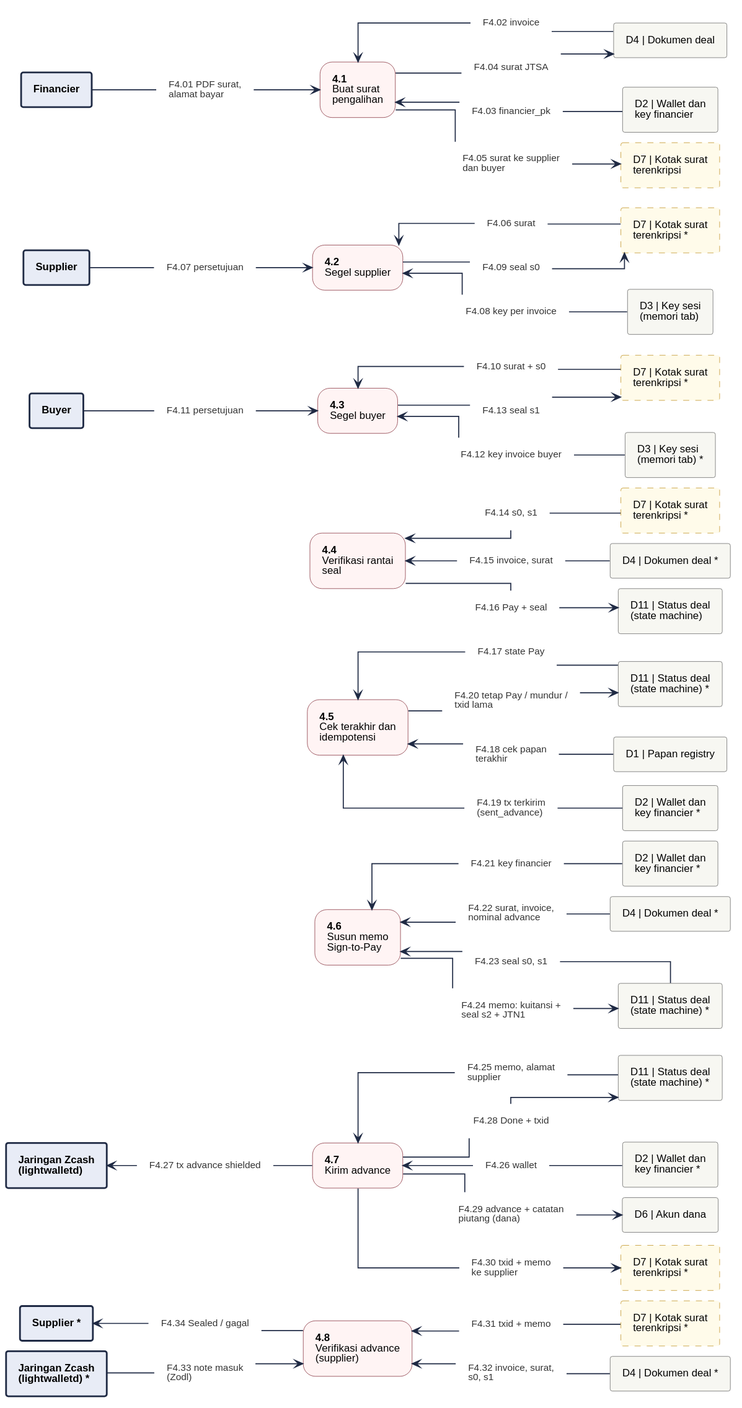
The PlantUML diagram 08-FlowDiagrams/assets/dfd-2-4.svg in JitsuinFi/jitsuinfi-vault, before a commit.
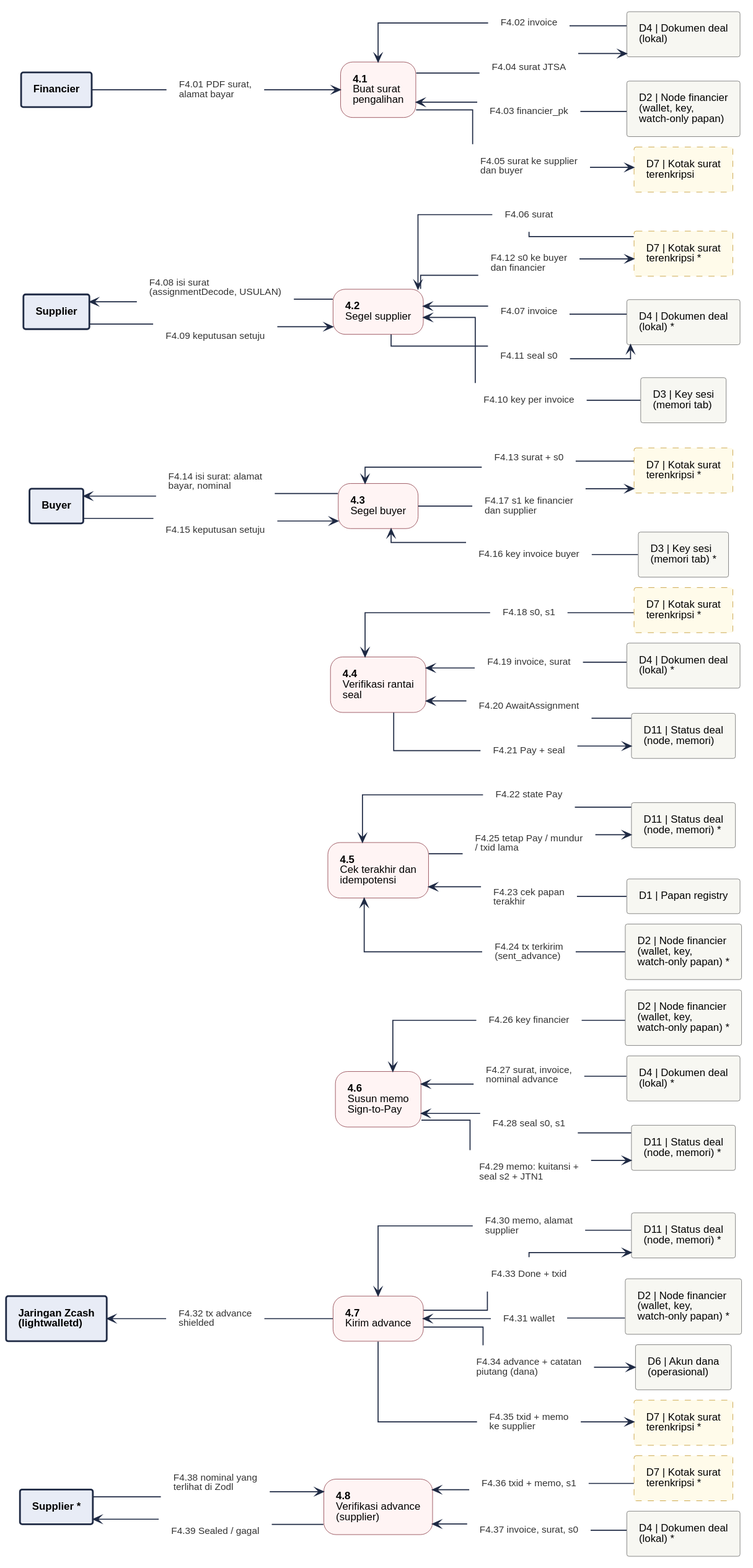
After the commit.

What changed in the source:
```diff
@@ -4,32 +4,32 @@
 skinparam nodesep 12
 skinparam ranksep 35
 rectangle "Supplier *" <<entity>> as S_8
-rectangle "Jaringan Zcash\n(lightwalletd) *" <<entity>> as Z_8
-rectangle "D4 | Dokumen deal *" <<store>> as D4_8
+rectangle "D4 | Dokumen deal\n(lokal) *" <<store>> as D4_8
 rectangle "D7 | Kotak surat\nterenkripsi *" <<storeproposal>> as D7_8
 rectangle "D7 | Kotak surat\nterenkripsi *" <<storeproposal>> as D7_7
-rectangle "D6 | Akun dana" <<store>> as D6_7
+rectangle "D6 | Akun dana\n(operasional)" <<store>> as D6_7
 rectangle "Jaringan Zcash\n(lightwalletd)" <<entity>> as Z_7
-rectangle "D2 | Wallet dan\nkey financier *" <<store>> as D2_7
-rectangle "D11 | Status deal\n(state machine) *" <<store>> as D11_7
-rectangle "D11 | Status deal\n(state machine) *" <<store>> as D11_6
-rectangle "D4 | Dokumen deal *" <<store>> as D4_6
-rectangle "D2 | Wallet dan\nkey financier *" <<store>> as D2_6
-rectangle "D2 | Wallet dan\nkey financier *" <<store>> as D2_5
+rectangle "D2 | Node financier\n(wallet, key,\nwatch-only papan) *" <<store>> as D2_7
+rectangle "D11 | Status deal\n(node, memori) *" <<store>> as D11_7
+rectangle "D11 | Status deal\n(node, memori) *" <<store>> as D11_6
+rectangle "D4 | Dokumen deal\n(lokal) *" <<store>> as D4_6
+rectangle "D2 | Node financier\n(wallet, key,\nwatch-only papan) *" <<store>> as D2_6
+rectangle "D2 | Node financier\n(wallet, key,\nwatch-only papan) *" <<store>> as D2_5
 rectangle "D1 | Papan registry" <<store>> as D1_5
-rectangle "D11 | Status deal\n(state machine) *" <<store>> as D11_5
-rectangle "D11 | Status deal\n(state machine)" <<store>> as D11_4
-rectangle "D4 | Dokumen deal *" <<store>> as D4_4
+rectangle "D11 | Status deal\n(node, memori) *" <<store>> as D11_5
+rectangle "D11 | Status deal\n(node, memori)" <<store>> as D11_4
+rectangle "D4 | Dokumen deal\n(lokal) *" <<store>> as D4_4
 rectangle "D7 | Kotak surat\nterenkripsi *" <<storeproposal>> as D7_4
 rectangle "D3 | Key sesi\n(memori tab) *" <<store>> as D3_3
 rectangle "Buyer" <<entity>> as B_3
 rectangle "D7 | Kotak surat\nterenkripsi *" <<storeproposal>> as D7_3
 rectangle "D3 | Key sesi\n(memori tab)" <<store>> as D3_2
 rectangle "Supplier" <<entity>> as S_2
+rectangle "D4 | Dokumen deal\n(lokal) *" <<store>> as D4_2
 rectangle "D7 | Kotak surat\nterenkripsi *" <<storeproposal>> as D7_2
 rectangle "D7 | Kotak surat\nterenkripsi" <<storeproposal>> as D7_1
-rectangle "D2 | Wallet dan\nkey financier" <<store>> as D2_1
-rectangle "D4 | Dokumen deal" <<store>> as D4_1
+rectangle "D2 | Node financier\n(wallet, key,\nwatch-only papan)" <<store>> as D2_1
+rectangle "D4 | Dokumen deal\n(lokal)" <<store>> as D4_1
 rectangle "Financier" <<entity>> as F_1
 rectangle "**4.8**\nVerifikasi advance\n(supplier)" <<process>> as P8
 rectangle "**4.7**\nKirim advance" <<process>> as P7
@@ -45,34 +45,39 @@
 rectangle "F4.04 surat JTSA" <<flow>> as f_F4_04
 rectangle "F4.05 surat ke supplier\ndan buyer" <<flow>> as f_F4_05
 rectangle "F4.06 surat" <<flow>> as f_F4_06
-rectangle "F4.07 persetujuan" <<flow>> as f_F4_07
-rectangle "F4.08 key per invoice" <<flow>> as f_F4_08
-rectangle "F4.09 seal s0" <<flow>> as f_F4_09
-rectangle "F4.10 surat + s0" <<flow>> as f_F4_10
-rectangle "F4.11 persetujuan" <<flow>> as f_F4_11
-rectangle "F4.12 key invoice buyer" <<flow>> as f_F4_12
-rectangle "F4.13 seal s1" <<flow>> as f_F4_13
-rectangle "F4.14 s0, s1" <<flow>> as f_F4_14
-rectangle "F4.15 invoice, surat" <<flow>> as f_F4_15
-rectangle "F4.16 Pay + seal" <<flow>> as f_F4_16
-rectangle "F4.17 state Pay" <<flow>> as f_F4_17
-rectangle "F4.18 cek papan\nterakhir" <<flow>> as f_F4_18
-rectangle "F4.19 tx terkirim\n(sent_advance)" <<flow>> as f_F4_19
-rectangle "F4.20 tetap Pay / mundur /\ntxid lama" <<flow>> as f_F4_20
-rectangle "F4.21 key financier" <<flow>> as f_F4_21
-rectangle "F4.22 surat, invoice,\nnominal advance" <<flow>> as f_F4_22
-rectangle "F4.23 seal s0, s1" <<flow>> as f_F4_23
-rectangle "F4.24 memo: kuitansi +\nseal s2 + JTN1" <<flow>> as f_F4_24
-rectangle "F4.25 memo, alamat\nsupplier" <<flow>> as f_F4_25
-rectangle "F4.26 wallet" <<flow>> as f_F4_26
-rectangle "F4.27 tx advance shielded" <<flow>> as f_F4_27
-rectangle "F4.28 Done + txid" <<flow>> as f_F4_28
-rectangle "F4.29 advance + catatan\npiutang (dana)" <<flow>> as f_F4_29
-rectangle "F4.30 txid + memo\nke supplier" <<flow>> as f_F4_30
-rectangle "F4.31 txid + memo" <<flow>> as f_F4_31
-rectangle "F4.32 invoice, surat,\ns0, s1" <<flow>> as f_F4_32
-rectangle "F4.33 note masuk\n(Zodl)" <<flow>> as f_F4_33
-rectangle "F4.34 Sealed / gagal" <<flow>> as f_F4_34
+rectangle "F4.07 invoice" <<flow>> as f_F4_07
+rectangle "F4.08 isi surat\n(assignmentDecode, USULAN)" <<flow>> as f_F4_08
+rectangle "F4.09 keputusan setuju" <<flow>> as f_F4_09
+rectangle "F4.10 key per invoice" <<flow>> as f_F4_10
+rectangle "F4.11 seal s0" <<flow>> as f_F4_11
+rectangle "F4.12 s0 ke buyer\ndan financier" <<flow>> as f_F4_12
+rectangle "F4.13 surat + s0" <<flow>> as f_F4_13
+rectangle "F4.14 isi surat: alamat\nbayar, nominal" <<flow>> as f_F4_14
+rectangle "F4.15 keputusan setuju" <<flow>> as f_F4_15
+rectangle "F4.16 key invoice buyer" <<flow>> as f_F4_16
+rectangle "F4.17 s1 ke financier\ndan supplier" <<flow>> as f_F4_17
+rectangle "F4.18 s0, s1" <<flow>> as f_F4_18
+rectangle "F4.19 invoice, surat" <<flow>> as f_F4_19
+rectangle "F4.20 AwaitAssignment" <<flow>> as f_F4_20
+rectangle "F4.21 Pay + seal" <<flow>> as f_F4_21
+rectangle "F4.22 state Pay" <<flow>> as f_F4_22
+rectangle "F4.23 cek papan\nterakhir" <<flow>> as f_F4_23
+rectangle "F4.24 tx terkirim\n(sent_advance)" <<flow>> as f_F4_24
+rectangle "F4.25 tetap Pay / mundur\n/ txid lama" <<flow>> as f_F4_25
+rectangle "F4.26 key financier" <<flow>> as f_F4_26
+rectangle "F4.27 surat, invoice,\nnominal advance" <<flow>> as f_F4_27
+rectangle "F4.28 seal s0, s1" <<flow>> as f_F4_28
+rectangle "F4.29 memo: kuitansi +\nseal s2 + JTN1" <<flow>> as f_F4_29
+rectangle "F4.30 memo, alamat\nsupplier" <<flow>> as f_F4_30
+rectangle "F4.31 wallet" <<flow>> as f_F4_31
+rectangle "F4.32 tx advance\nshielded" <<flow>> as f_F4_32
+rectangle "F4.33 Done + txid" <<flow>> as f_F4_33
+rectangle "F4.34 advance + catatan\npiutang (dana)" <<flow>> as f_F4_34
+rectangle "F4.35 txid + memo\nke supplier" <<flow>> as f_F4_35
+rectangle "F4.36 txid + memo, s1" <<flow>> as f_F4_36
+rectangle "F4.37 invoice, surat, s0" <<flow>> as f_F4_37
+rectangle "F4.38 nominal yang\nterlihat di Zodl" <<flow>> as f_F4_38
+rectangle "F4.39 Sealed / gagal" <<flow>> as f_F4_39
 F_1 -- f_F4_01
 f_F4_01 --> P1
 P1 <-- f_F4_02
@@ -85,62 +90,72 @@
 f_F4_05 --> D7_1
 P2 <-- f_F4_06
 f_F4_06 -- D7_2
-S_2 -- f_F4_07
-f_F4_07 --> P2
-P2 <-- f_F4_08
-f_F4_08 -- D3_2
-P2 -- f_F4_09
-f_F4_09 --> D7_2
-P3 <-- f_F4_10
-f_F4_10 -- D7_3
-B_3 -- f_F4_11
-f_F4_11 --> P3
-P3 <-- f_F4_12
-f_F4_12 -- D3_3
-P3 -- f_F4_13
-f_F4_13 --> D7_3
-P4 <-- f_F4_14
-f_F4_14 -- D7_4
-P4 <-- f_F4_15
-f_F4_15 -- D4_4
-P4 -- f_F4_16
-f_F4_16 --> D11_4
-P5 <-- f_F4_17
-f_F4_17 -- D11_5
-P5 <-- f_F4_18
-f_F4_18 -- D1_5
-P5 <-- f_F4_19
-f_F4_19 -- D2_5
-P5 -- f_F4_20
-f_F4_20 --> D11_5
-P6 <-- f_F4_21
-f_F4_21 -- D2_6
-P6 <-- f_F4_22
-f_F4_22 -- D4_6
-P6 <-- f_F4_23
-f_F4_23 -- D11_6
-P6 -- f_F4_24
-f_F4_24 --> D11_6
-P7 <-- f_F4_25
-f_F4_25 -- D11_7
-P7 <-- f_F4_26
-f_F4_26 -- D2_7
-Z_7 <-- f_F4_27
-f_F4_27 -- P7
-P7 -- f_F4_28
-f_F4_28 --> D11_7
-P7 -- f_F4_29
-f_F4_29 --> D6_7
-P7 -- f_F4_30
-f_F4_30 --> D7_7
-P8 <-- f_F4_31
-f_F4_31 -- D7_8
-P8 <-- f_F4_32
-f_F4_32 -- D4_8
-Z_8 -- f_F4_33
-f_F4_33 --> P8
-S_8 <-- f_F4_34
-f_F4_34 -- P8
+P2 <-- f_F4_07
+f_F4_07 -- D4_2
+S_2 <-- f_F4_08
+f_F4_08 -- P2
+S_2 -- f_F4_09
+f_F4_09 --> P2
+P2 <-- f_F4_10
+f_F4_10 -- D3_2
+P2 -- f_F4_11
+f_F4_11 --> D4_2
+P2 -- f_F4_12
+f_F4_12 --> D7_2
+P3 <-- f_F4_13
+f_F4_13 -- D7_3
+B_3 <-- f_F4_14
+f_F4_14 -- P3
+B_3 -- f_F4_15
+f_F4_15 --> P3
+P3 <-- f_F4_16
+f_F4_16 -- D3_3
+P3 -- f_F4_17
+f_F4_17 --> D7_3
+P4 <-- f_F4_18
+f_F4_18 -- D7_4
+P4 <-- f_F4_19
+f_F4_19 -- D4_4
+P4 <-- f_F4_20
+f_F4_20 -- D11_4
+P4 -- f_F4_21
+f_F4_21 --> D11_4
+P5 <-- f_F4_22
+f_F4_22 -- D11_5
+P5 <-- f_F4_23
+f_F4_23 -- D1_5
+P5 <-- f_F4_24
+f_F4_24 -- D2_5
+P5 -- f_F4_25
+f_F4_25 --> D11_5
+P6 <-- f_F4_26
+f_F4_26 -- D2_6
+P6 <-- f_F4_27
+f_F4_27 -- D4_6
+P6 <-- f_F4_28
+f_F4_28 -- D11_6
+P6 -- f_F4_29
+f_F4_29 --> D11_6
+P7 <-- f_F4_30
+f_F4_30 -- D11_7
+P7 <-- f_F4_31
+f_F4_31 -- D2_7
+Z_7 <-- f_F4_32
+f_F4_32 -- P7
+P7 -- f_F4_33
+f_F4_33 --> D11_7
+P7 -- f_F4_34
+f_F4_34 --> D6_7
+P7 -- f_F4_35
+f_F4_35 --> D7_7
+P8 <-- f_F4_36
+f_F4_36 -- D7_8
+P8 <-- f_F4_37
+f_F4_37 -- D4_8
+S_8 -- f_F4_38
+f_F4_38 --> P8
+S_8 <-- f_F4_39
+f_F4_39 -- P8
 rectangle " " <<spacer>> as sp_P4_a
 rectangle " " <<spacer>> as sp_P4_b
 sp_P4_a -[hidden]- sp_P4_b
```
